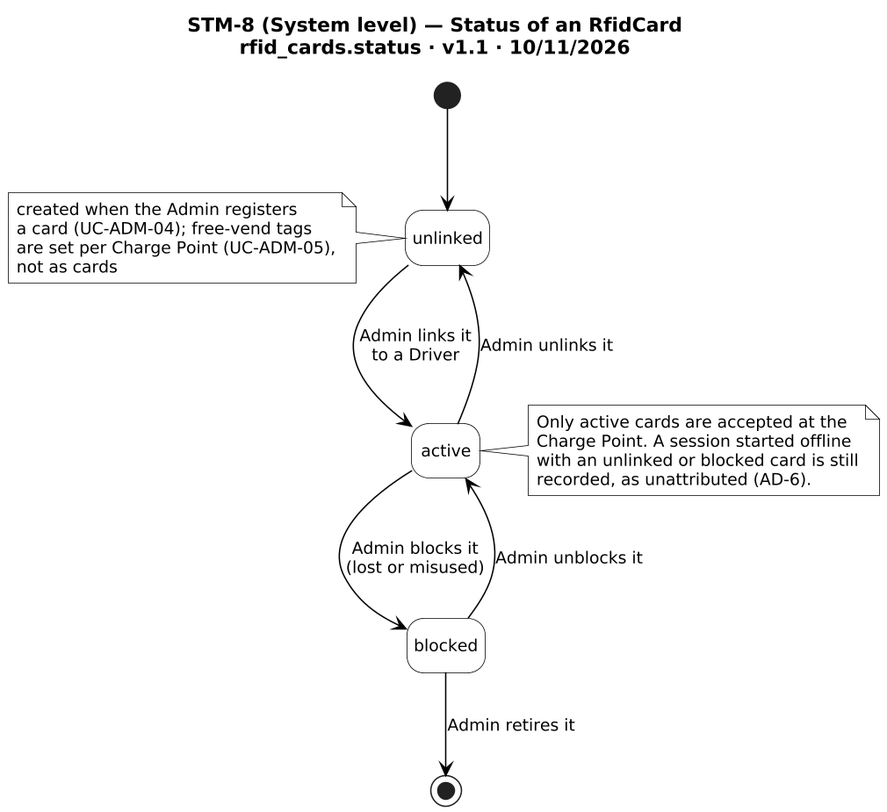
The PlantUML diagram diagrams/report4/state/STM-8/STM-8.png in PowerMeApp/powerme, before a commit. The source it was exported from:
```plantuml
@startuml STM-8
!include _style.iuml
title STM-8 (System level) — Status of an RfidCard\nrfid_cards.status · v1.1 · 10/11/2026

[*] --> unlinked
note left of unlinked
  created when the Admin registers
  a card (UC-ADM-04); free-vend tags
  are set per Charge Point (UC-ADM-05),
  not as cards
end note
unlinked --> active : Admin links it\nto a Driver
active --> unlinked : Admin unlinks it
active --> blocked : Admin blocks it\n(lost or misused)
blocked --> active : Admin unblocks it
blocked --> [*] : Admin retires it
note right of active
  Only active cards are accepted at the
  Charge Point. A session started offline
  with an unlinked or blocked card is still
  recorded, as unattributed (AD-6).
end note
@enduml
```
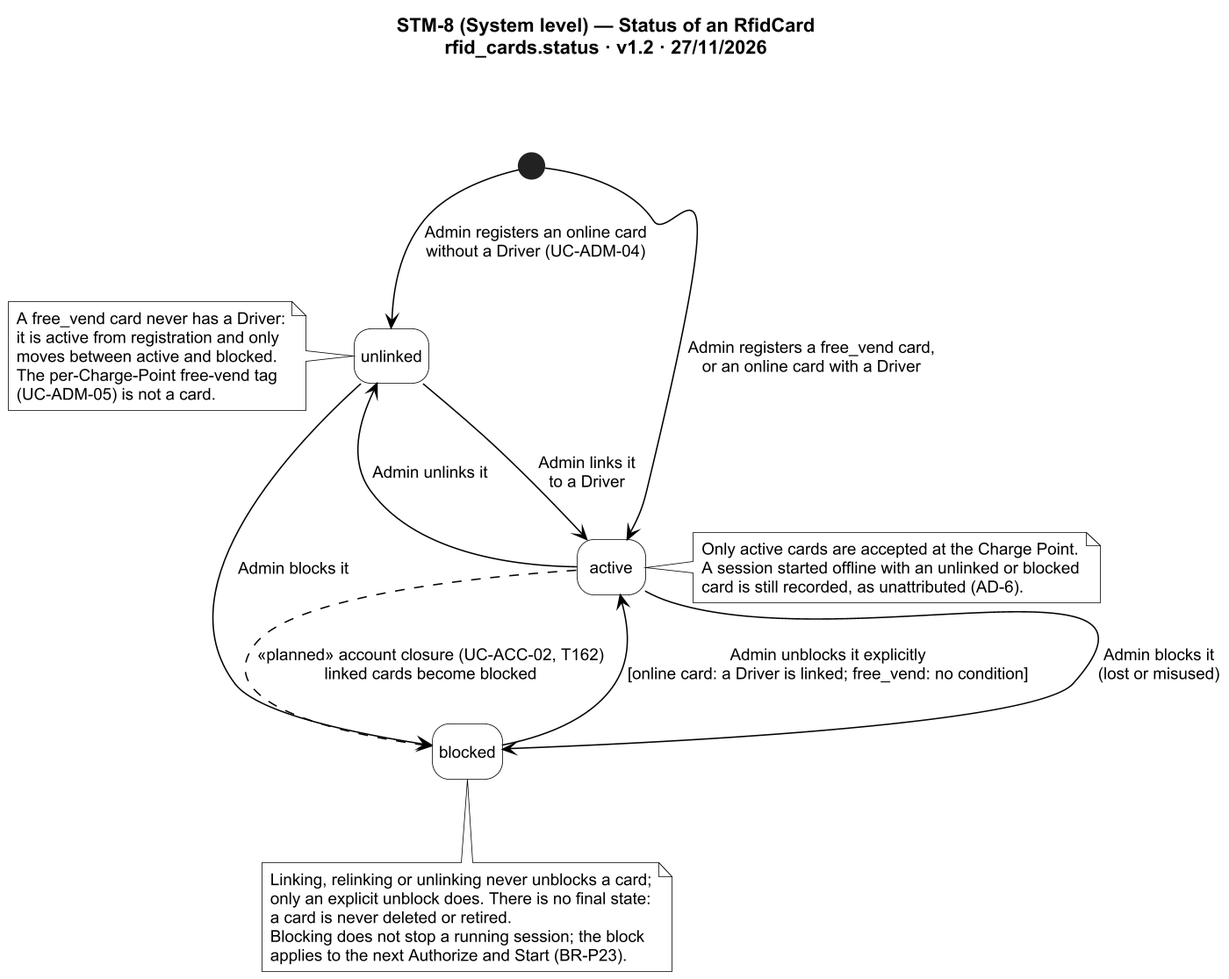
The same file after the commit.

Change to the diagram source:
```diff
@@ -1,23 +1,32 @@
 @startuml STM-8
 !include _style.iuml
-title STM-8 (System level) — Status of an RfidCard\nrfid_cards.status · v1.1 · 10/11/2026
+title STM-8 (System level) — Status of an RfidCard\nrfid_cards.status · v1.2 · 27/11/2026
 
-[*] --> unlinked
+[*] --> unlinked : Admin registers an online card\nwithout a Driver (UC-ADM-04)
+[*] --> active : Admin registers a free_vend card,\nor an online card with a Driver
 note left of unlinked
-  created when the Admin registers
-  a card (UC-ADM-04); free-vend tags
-  are set per Charge Point (UC-ADM-05),
-  not as cards
+  A free_vend card never has a Driver:
+  it is active from registration and only
+  moves between active and blocked.
+  The per-Charge-Point free-vend tag
+  (UC-ADM-05) is not a card.
 end note
 unlinked --> active : Admin links it\nto a Driver
 active --> unlinked : Admin unlinks it
 active --> blocked : Admin blocks it\n(lost or misused)
-blocked --> active : Admin unblocks it
-blocked --> [*] : Admin retires it
+unlinked --> blocked : Admin blocks it
+blocked --> active : Admin unblocks it explicitly\n[online card: a Driver is linked; free_vend: no condition]
+active -[dashed]-> blocked : «planned» account closure (UC-ACC-02, T162)\nlinked cards become blocked
 note right of active
-  Only active cards are accepted at the
-  Charge Point. A session started offline
-  with an unlinked or blocked card is still
-  recorded, as unattributed (AD-6).
+  Only active cards are accepted at the Charge Point.
+  A session started offline with an unlinked or blocked
+  card is still recorded, as unattributed (AD-6).
+end note
+note bottom of blocked
+  Linking, relinking or unlinking never unblocks a card;
+  only an explicit unblock does. There is no final state:
+  a card is never deleted or retired.
+  Blocking does not stop a running session; the block
+  applies to the next Authorize and Start (BR-P23).
 end note
 @enduml
```
